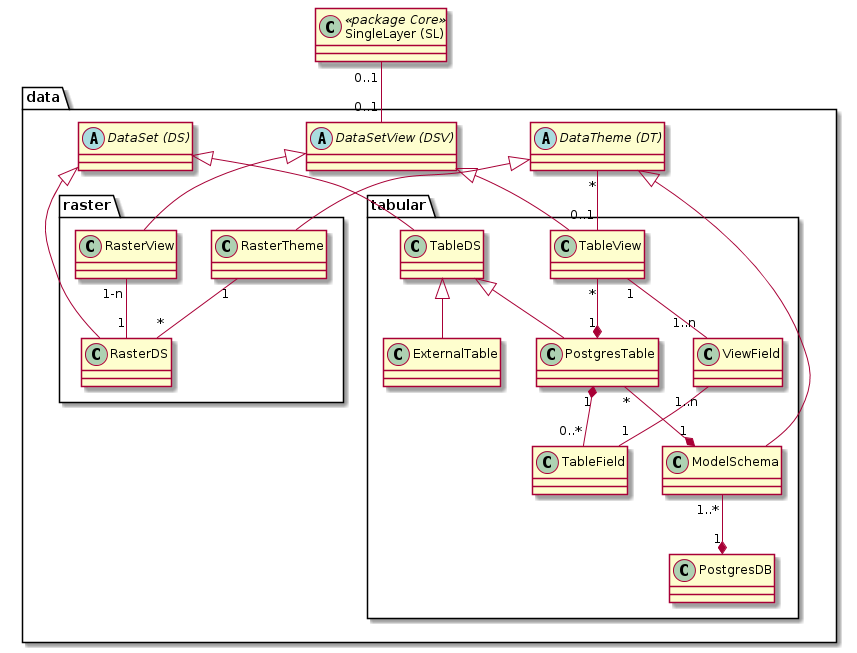
Earlier version of the PlantUML export simi/doc/puml/rendered/simi_data.png (sogis/simi). The source it was exported from:
```plantuml
@startuml
class "SingleLayer (SL)" as sl << package Core >>
package data {
    abstract class "DataSetView (DSV)" as dsv
    abstract class "DataSet (DS)" as ds
    abstract class "DataTheme (DT)" as dt

    package tabular {
        class "TableView" as tv
        class "TableDS" as tds
        class "PostgresTable" as pt
        class "ExternalTable" as et
        class "TableDS" as tds
        class "PostgresDB" as pdb
        class "TableField" as tf
        class "ViewField" as vf
        class "ModelSchema" as ms

        tds <|-- pt
        tds <|-- et

        tv "*" --* "1" pt

        pt "*" --* "1" ms
        pt "1" *-- "0..*" tf

        tv "1" -- "1..n" vf
        vf "1..n" -- "1" tf

        ms "1..*" --* "1" pdb
    }

    package "raster"{
        class "RasterTheme" as rt
        class "RasterView" as rv
        class "RasterDS" as rds

        rt "1" -- "*" rds
        rv "1-n" -- "1" rds
    }
    dt "*" -- "0..1" tv

    dt <|-- ms
    dt <|-- rt

    dsv <|-- rv
    dsv <|-- tv

    ds <|-- rds
    ds <|-- tds
}
sl "0..1" -- "0..1" dsv
@enduml
```
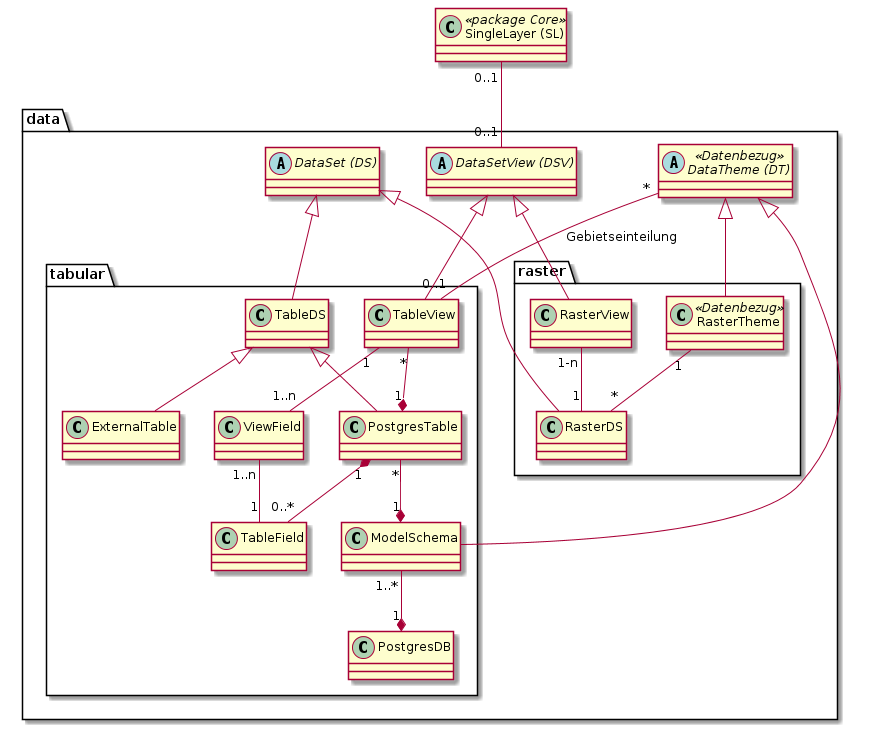
After the commit.

Commit message:
Skript: PUML-Diagramme der Simi-Dokumentation regeneriert und beigefügt

Diff of the diagram source:
```diff
@@ -3,7 +3,7 @@
 package data {
     abstract class "DataSetView (DSV)" as dsv
     abstract class "DataSet (DS)" as ds
-    abstract class "DataTheme (DT)" as dt
+    abstract class "DataTheme (DT)" as dt << Datenbezug >>
 
     package tabular {
         class "TableView" as tv
@@ -31,14 +31,14 @@
     }
 
     package "raster"{
-        class "RasterTheme" as rt
+        class "RasterTheme" as rt << Datenbezug >>
         class "RasterView" as rv
         class "RasterDS" as rds
 
         rt "1" -- "*" rds
         rv "1-n" -- "1" rds
     }
-    dt "*" -- "0..1" tv
+    dt "*" -- "0..1" tv : Gebietseinteilung
 
     dt <|-- ms
     dt <|-- rt
```
